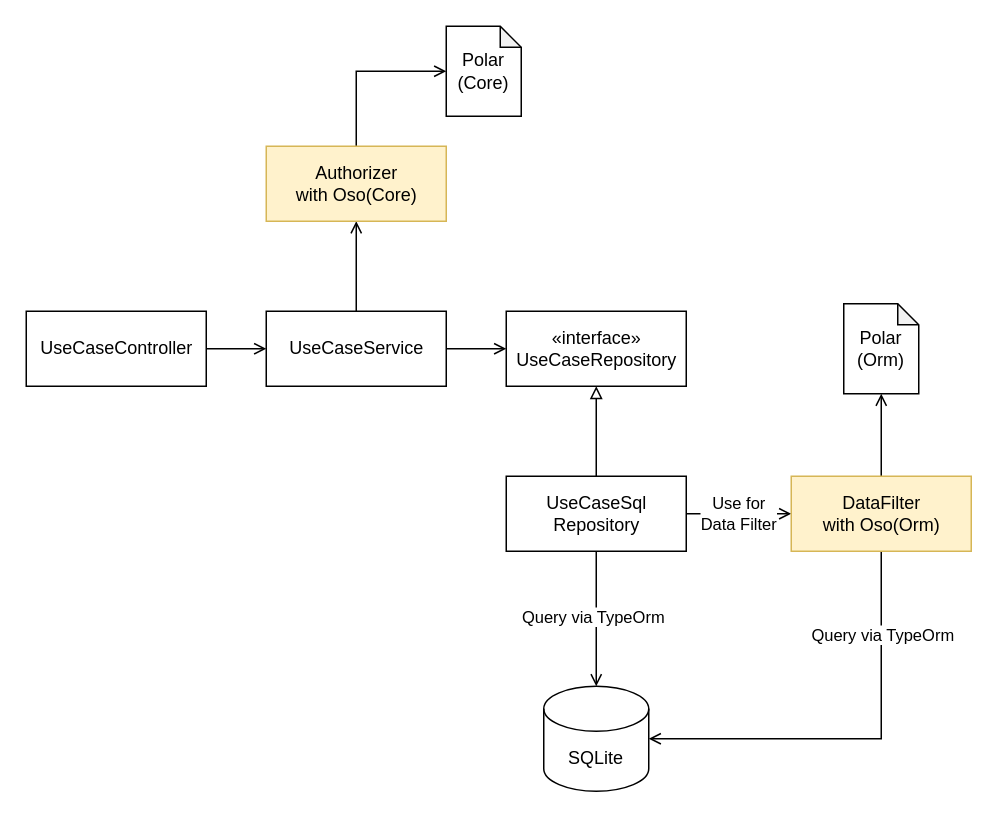
Before: page "Architecture" (2 of 2) of assets/diagrams/diagrams.drawio in kenfdev/hr-sample-app, a draw.io diagram. Source tidied: cells renumbered, new cells numbered last; positions are measured from the earlier drawing's top-left corner, leaving out a move shared by most shapes. Both pictures are drawn from the tidied source at 150%, with x=0, y=0 at pixel (26, 26).
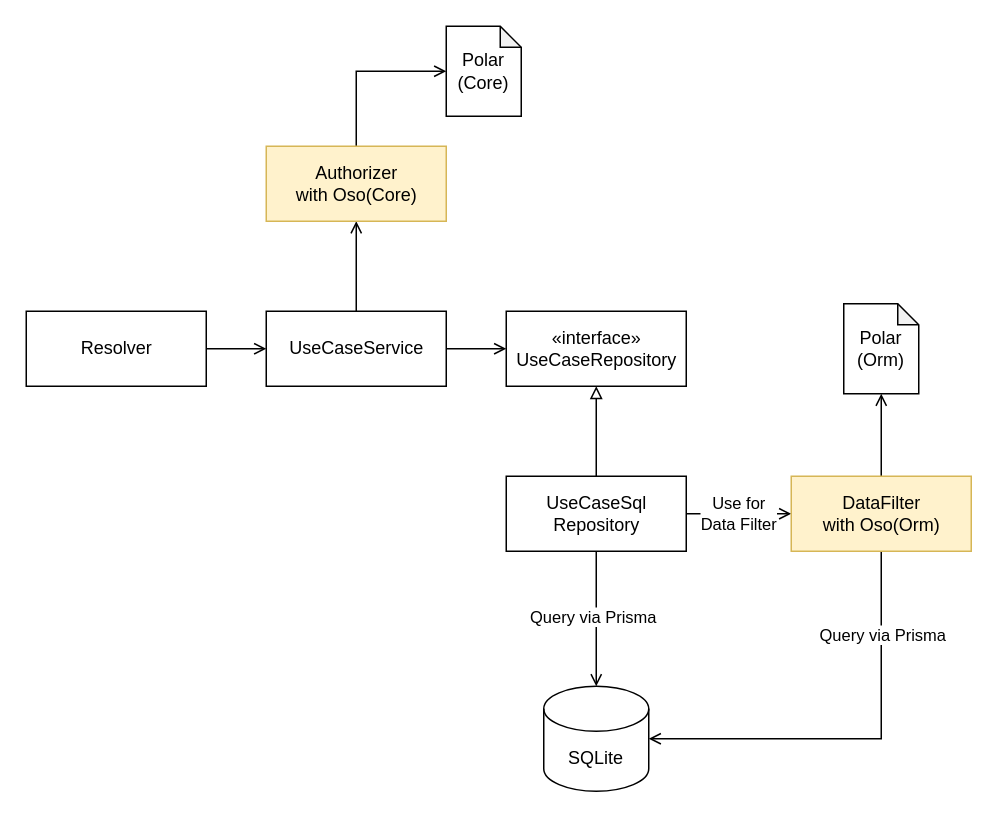
The same page after the edit.

The change refers to these unchanged cells:
```xml
<mxCell id="8" style="edgeStyle=orthogonalEdgeStyle;rounded=0;jettySize=auto;html=1;exitX=0.5;exitY=1;exitDx=0;exitDy=0;entryX=0.5;entryY=0;entryDx=0;entryDy=0;entryPerimeter=0;endArrow=open;endFill=0;" parent="1" edge="1" source="12" target="2">
  <mxGeometry relative="1" as="geometry" />
</mxCell>
<mxCell id="19" style="edgeStyle=orthogonalEdgeStyle;rounded=0;jettySize=auto;html=1;exitX=0.5;exitY=1;exitDx=0;exitDy=0;entryX=1;entryY=0.5;entryDx=0;entryDy=0;entryPerimeter=0;endArrow=open;endFill=0;" parent="1" edge="1" source="21" target="2">
  <mxGeometry relative="1" as="geometry" />
</mxCell>
```

The edit, as a diff of the source:
```diff
@@
-    <mxCell id="9" value="Query via TypeOrm" style="edgeLabel;html=1;align=center;verticalAlign=middle;" parent="8" vertex="1">
+    <mxCell id="9" value="Query via Prisma" style="edgeLabel;html=1;align=center;verticalAlign=middle;" parent="8" vertex="1">
       <mxGeometry x="-0.04" y="-3" relative="1" as="geometry" />
     </mxCell>
@@
-    <mxCell id="14" value="UseCaseController" style="html=1;" parent="1" vertex="1">
+    <mxCell id="14" value="Resolver" style="html=1;" parent="1" vertex="1">
       <mxGeometry y="190" width="120" height="50" as="geometry" />
     </mxCell>
@@
-    <mxCell id="20" value="Query via TypeOrm" style="edgeLabel;html=1;align=center;verticalAlign=middle;" parent="19" vertex="1">
+    <mxCell id="20" value="Query via Prisma" style="edgeLabel;html=1;align=center;verticalAlign=middle;" parent="19" vertex="1">
       <mxGeometry x="-0.61" relative="1" as="geometry" />
     </mxCell>
```
